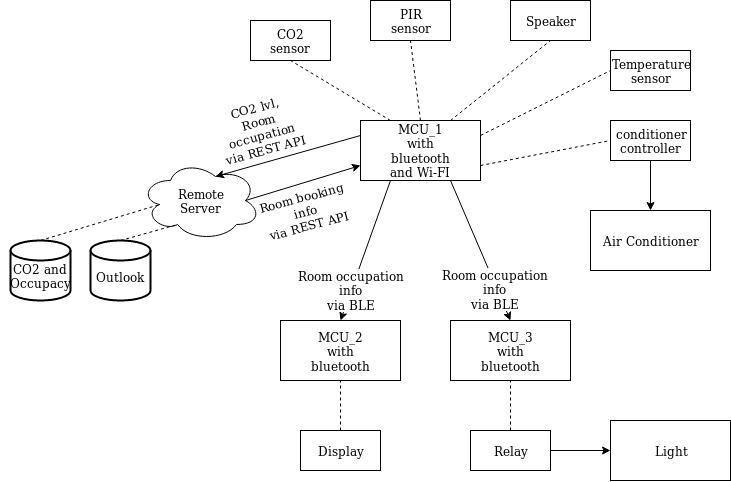
The draw.io diagram docs/diagrams/architecture.png in Midren/smart_meeting_room, before a commit. Source tidied: cells renumbered, new cells last; positions are measured from the earlier drawing's top-left corner, leaving out a move shared by most shapes. Its diagram source:
```xml
<mxGraphModel>
  <root>
    <mxCell id="0" />
    <mxCell id="1" parent="0" />
    <mxCell id="2" value="&lt;div&gt;MCU_1&lt;/div&gt;&lt;div&gt;with&lt;/div&gt;&lt;div&gt;bluetooth &lt;br&gt;&lt;/div&gt;&lt;div&gt;and Wi-FI&lt;br&gt;&lt;/div&gt;" style="rounded=0;whiteSpace=wrap;html=1;" parent="1" vertex="1">
      <mxGeometry x="360" y="120" width="120" height="60" as="geometry" />
    </mxCell>
    <mxCell id="3" value="&lt;div&gt;Temperature&lt;/div&gt;&lt;div&gt;sensor&lt;br&gt;&lt;/div&gt;" style="rounded=0;whiteSpace=wrap;html=1;" parent="1" vertex="1">
      <mxGeometry x="610" y="50" width="80" height="40" as="geometry" />
    </mxCell>
    <mxCell id="4" value="&lt;div&gt;CO2 &lt;br&gt;&lt;/div&gt;&lt;div&gt;sensor&lt;br&gt;&lt;/div&gt;" style="rounded=0;whiteSpace=wrap;html=1;" parent="1" vertex="1">
      <mxGeometry x="250" y="20" width="80" height="40" as="geometry" />
    </mxCell>
    <mxCell id="5" value="&lt;div&gt;PIR&lt;/div&gt;&lt;div&gt;sensor&lt;/div&gt;" style="rounded=0;whiteSpace=wrap;html=1;" parent="1" vertex="1">
      <mxGeometry x="370" width="80" height="40" as="geometry" />
    </mxCell>
    <mxCell id="6" value="Speaker" style="rounded=0;whiteSpace=wrap;html=1;" parent="1" vertex="1">
      <mxGeometry x="510" width="80" height="40" as="geometry" />
    </mxCell>
    <mxCell id="7" value="&lt;div&gt;MCU_3&lt;/div&gt;&lt;div&gt;with&lt;/div&gt;&lt;div&gt;bluetooth&lt;br&gt;&lt;/div&gt;" style="rounded=0;whiteSpace=wrap;html=1;" parent="1" vertex="1">
      <mxGeometry x="450" y="320" width="120" height="60" as="geometry" />
    </mxCell>
    <mxCell id="8" value="&lt;div&gt;Remote&lt;/div&gt;&lt;div&gt;Server&lt;br&gt;&lt;/div&gt;" style="ellipse;shape=cloud;whiteSpace=wrap;html=1;" parent="1" vertex="1">
      <mxGeometry x="140" y="160" width="120" height="80" as="geometry" />
    </mxCell>
    <mxCell id="9" style="strokeWidth=2;html=1;shape=mxgraph.flowchart.database;whiteSpace=wrap;" parent="1" vertex="1">
      <mxGeometry x="10" y="240" width="60" height="60" as="geometry" />
    </mxCell>
    <mxCell id="10" value="Relay" style="rounded=0;whiteSpace=wrap;html=1;" parent="1" vertex="1">
      <mxGeometry x="470" y="430" width="80" height="40" as="geometry" />
    </mxCell>
    <mxCell id="11" value="Air Conditioner" style="rounded=0;whiteSpace=wrap;html=1;" parent="1" vertex="1">
      <mxGeometry x="590" y="210" width="120" height="60" as="geometry" />
    </mxCell>
    <mxCell id="12" value="&lt;div&gt;conditioner&lt;/div&gt;&lt;div&gt;controller&lt;br&gt;&lt;/div&gt;" style="rounded=0;whiteSpace=wrap;html=1;" parent="1" vertex="1">
      <mxGeometry x="610" y="120" width="80" height="40" as="geometry" />
    </mxCell>
    <mxCell id="13" value="&lt;div&gt;&lt;br&gt;&lt;/div&gt;&lt;div&gt;Outlook&lt;br&gt;&lt;/div&gt;" style="strokeWidth=2;html=1;shape=mxgraph.flowchart.database;whiteSpace=wrap;" parent="1" vertex="1">
      <mxGeometry x="90" y="240" width="60" height="60" as="geometry" />
    </mxCell>
    <mxCell id="14" value="CO2 and Occupacy" style="text;html=1;strokeColor=none;fillColor=none;align=center;verticalAlign=middle;whiteSpace=wrap;rounded=0;" parent="1" vertex="1">
      <mxGeometry y="260" width="80" height="30" as="geometry" />
    </mxCell>
    <mxCell id="15" style="endArrow=none;dashed=1;html=1;entryX=0.5;entryY=1;entryDx=0;entryDy=0;exitX=0.25;exitY=0;exitDx=0;exitDy=0;" parent="1" edge="1" source="2" target="4">
      <mxGeometry relative="1" as="geometry" />
    </mxCell>
    <mxCell id="16" style="endArrow=none;dashed=1;html=1;entryX=0.5;entryY=1;entryDx=0;entryDy=0;exitX=0.5;exitY=0;exitDx=0;exitDy=0;" parent="1" edge="1" source="2" target="5">
      <mxGeometry relative="1" as="geometry" />
    </mxCell>
    <mxCell id="17" style="endArrow=none;dashed=1;html=1;entryX=0.5;entryY=1;entryDx=0;entryDy=0;exitX=0.75;exitY=0;exitDx=0;exitDy=0;" parent="1" edge="1" source="2" target="6">
      <mxGeometry relative="1" as="geometry" />
    </mxCell>
    <mxCell id="18" style="endArrow=none;dashed=1;html=1;exitX=0.5;exitY=0;exitDx=0;exitDy=0;exitPerimeter=0;entryX=0.31;entryY=0.8;entryDx=0;entryDy=0;entryPerimeter=0;" parent="1" edge="1" source="13" target="8">
      <mxGeometry relative="1" as="geometry" />
    </mxCell>
    <mxCell id="19" style="endArrow=none;dashed=1;html=1;entryX=0.16;entryY=0.55;entryDx=0;entryDy=0;entryPerimeter=0;exitX=0.5;exitY=0;exitDx=0;exitDy=0;exitPerimeter=0;" parent="1" edge="1" source="9" target="8">
      <mxGeometry relative="1" as="geometry" />
    </mxCell>
    <mxCell id="20" style="endArrow=none;dashed=1;html=1;entryX=0;entryY=0.5;entryDx=0;entryDy=0;exitX=1;exitY=0.75;exitDx=0;exitDy=0;" parent="1" edge="1" source="2" target="12">
      <mxGeometry relative="1" as="geometry" />
    </mxCell>
    <mxCell id="21" style="endArrow=none;dashed=1;html=1;entryX=0;entryY=0.5;entryDx=0;entryDy=0;exitX=1;exitY=0.25;exitDx=0;exitDy=0;" parent="1" edge="1" source="2" target="3">
      <mxGeometry relative="1" as="geometry" />
    </mxCell>
    <mxCell id="22" style="endArrow=none;dashed=1;html=1;entryX=0.5;entryY=1;entryDx=0;entryDy=0;exitX=0.5;exitY=0;exitDx=0;exitDy=0;" parent="1" edge="1" source="10" target="7">
      <mxGeometry relative="1" as="geometry" />
    </mxCell>
    <mxCell id="23" value="MCU_2&lt;br&gt;&lt;div&gt;with&lt;/div&gt;&lt;div&gt;bluetooth&lt;br&gt;&lt;/div&gt;" style="rounded=0;whiteSpace=wrap;html=1;" parent="1" vertex="1">
      <mxGeometry x="280" y="320" width="120" height="60" as="geometry" />
    </mxCell>
    <mxCell id="24" value="Display" style="rounded=0;whiteSpace=wrap;html=1;" parent="1" vertex="1">
      <mxGeometry x="300" y="430" width="80" height="40" as="geometry" />
    </mxCell>
    <mxCell id="25" style="endArrow=none;dashed=1;html=1;entryX=0.5;entryY=1;entryDx=0;entryDy=0;exitX=0.5;exitY=0;exitDx=0;exitDy=0;" parent="1" edge="1" source="24" target="23">
      <mxGeometry relative="1" as="geometry" />
    </mxCell>
    <mxCell id="26" value="Light" style="rounded=0;whiteSpace=wrap;html=1;" parent="1" vertex="1">
      <mxGeometry x="610" y="420" width="120" height="60" as="geometry" />
    </mxCell>
    <mxCell id="27" style="endArrow=classic;html=1;entryX=0;entryY=0.5;entryDx=0;entryDy=0;exitX=1;exitY=0.5;exitDx=0;exitDy=0;" parent="1" edge="1" source="10" target="26">
      <mxGeometry relative="1" as="geometry" />
    </mxCell>
    <mxCell id="28" style="endArrow=classic;html=1;exitX=0.5;exitY=1;exitDx=0;exitDy=0;" parent="1" edge="1" source="12" target="11">
      <mxGeometry relative="1" as="geometry" />
    </mxCell>
    <mxCell id="29" style="endArrow=classic;html=1;exitX=0;exitY=0.25;exitDx=0;exitDy=0;entryX=0.625;entryY=0.2;entryDx=0;entryDy=0;entryPerimeter=0;" parent="1" edge="1" source="2" target="8">
      <mxGeometry relative="1" as="geometry" />
    </mxCell>
    <mxCell id="30" value="CO2 lvl,&lt;div&gt;Room occupation&lt;br&gt;&lt;/div&gt;&lt;div&gt;via REST API&lt;br&gt;&lt;/div&gt;" style="text;html=1;strokeColor=none;fillColor=none;align=center;verticalAlign=middle;whiteSpace=wrap;rounded=0;rotation=-15;" parent="1" vertex="1">
      <mxGeometry x="210" y="115" width="100" height="25" as="geometry" />
    </mxCell>
    <mxCell id="31" style="endArrow=classic;html=1;entryX=0;entryY=0.75;entryDx=0;entryDy=0;exitX=0.875;exitY=0.5;exitDx=0;exitDy=0;exitPerimeter=0;" parent="1" edge="1" source="8" target="2">
      <mxGeometry relative="1" as="geometry" />
    </mxCell>
    <mxCell id="32" value="Room booking info&lt;br&gt;via REST API" style="text;html=1;strokeColor=none;fillColor=none;align=center;verticalAlign=middle;whiteSpace=wrap;rounded=0;rotation=-15;" parent="1" vertex="1">
      <mxGeometry x="260" y="200" width="90" height="20" as="geometry" />
    </mxCell>
    <mxCell id="33" style="endArrow=classic;html=1;exitX=0.25;exitY=1;exitDx=0;exitDy=0;entryX=0.5;entryY=0;entryDx=0;entryDy=0;" parent="1" edge="1" source="2" target="23">
      <mxGeometry relative="1" as="geometry" />
    </mxCell>
    <mxCell id="34" value="&lt;div&gt;Room occupation&lt;/div&gt;&lt;div&gt;info&lt;br&gt;&lt;/div&gt;via BLE" style="text;html=1;align=center;verticalAlign=middle;labelBackgroundColor=#ffffff;" parent="33" vertex="1">
      <mxGeometry x="0.56" relative="1" as="geometry" />
    </mxCell>
    <mxCell id="35" style="endArrow=classic;html=1;exitX=0.75;exitY=1;exitDx=0;exitDy=0;entryX=0.5;entryY=0;entryDx=0;entryDy=0;" parent="1" edge="1" source="2" target="7">
      <mxGeometry relative="1" as="geometry" />
    </mxCell>
    <mxCell id="36" value="&lt;div&gt;Room occupation&lt;/div&gt;&lt;div&gt;info&lt;br&gt;&lt;/div&gt;via BLE" style="text;html=1;align=center;verticalAlign=middle;labelBackgroundColor=#ffffff;" parent="35" vertex="1">
      <mxGeometry x="0.53" y="-1" relative="1" as="geometry" />
    </mxCell>
  </root>
</mxGraphModel>
```
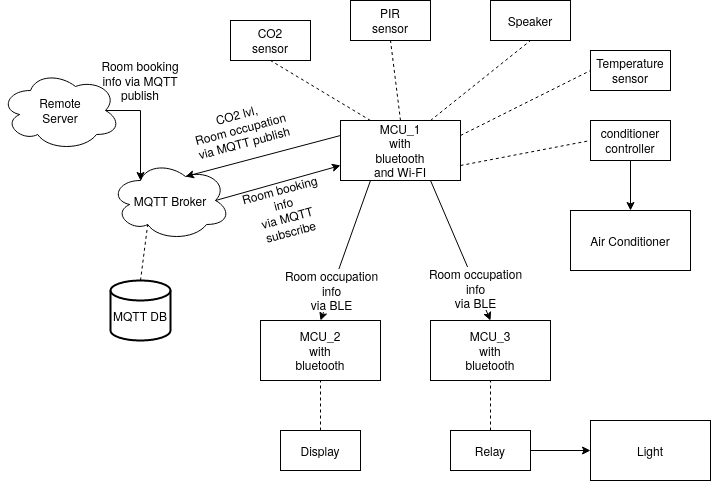
After the commit.

Commit message:
Updated diagrams to use MQTT

Diff of the diagram source:
```diff
@@ -20,11 +20,11 @@
     <mxCell id="7" value="&lt;div&gt;MCU_3&lt;/div&gt;&lt;div&gt;with&lt;/div&gt;&lt;div&gt;bluetooth&lt;br&gt;&lt;/div&gt;" style="rounded=0;whiteSpace=wrap;html=1;" parent="1" vertex="1">
       <mxGeometry x="450" y="320" width="120" height="60" as="geometry" />
     </mxCell>
-    <mxCell id="8" value="&lt;div&gt;Remote&lt;/div&gt;&lt;div&gt;Server&lt;br&gt;&lt;/div&gt;" style="ellipse;shape=cloud;whiteSpace=wrap;html=1;" parent="1" vertex="1">
-      <mxGeometry x="140" y="160" width="120" height="80" as="geometry" />
+    <mxCell id="8" value="MQTT Broker" style="ellipse;shape=cloud;whiteSpace=wrap;html=1;" parent="1" vertex="1">
+      <mxGeometry x="130" y="160" width="120" height="80" as="geometry" />
     </mxCell>
     <mxCell id="9" style="strokeWidth=2;html=1;shape=mxgraph.flowchart.database;whiteSpace=wrap;" parent="1" vertex="1">
-      <mxGeometry x="10" y="240" width="60" height="60" as="geometry" />
+      <mxGeometry x="130" y="280" width="60" height="60" as="geometry" />
     </mxCell>
     <mxCell id="10" value="Relay" style="rounded=0;whiteSpace=wrap;html=1;" parent="1" vertex="1">
       <mxGeometry x="470" y="430" width="80" height="40" as="geometry" />
@@ -35,11 +35,8 @@
     <mxCell id="12" value="&lt;div&gt;conditioner&lt;/div&gt;&lt;div&gt;controller&lt;br&gt;&lt;/div&gt;" style="rounded=0;whiteSpace=wrap;html=1;" parent="1" vertex="1">
       <mxGeometry x="610" y="120" width="80" height="40" as="geometry" />
     </mxCell>
-    <mxCell id="13" value="&lt;div&gt;&lt;br&gt;&lt;/div&gt;&lt;div&gt;Outlook&lt;br&gt;&lt;/div&gt;" style="strokeWidth=2;html=1;shape=mxgraph.flowchart.database;whiteSpace=wrap;" parent="1" vertex="1">
-      <mxGeometry x="90" y="240" width="60" height="60" as="geometry" />
-    </mxCell>
-    <mxCell id="14" value="CO2 and Occupacy" style="text;html=1;strokeColor=none;fillColor=none;align=center;verticalAlign=middle;whiteSpace=wrap;rounded=0;" parent="1" vertex="1">
-      <mxGeometry y="260" width="80" height="30" as="geometry" />
+    <mxCell id="14" value="MQTT DB" style="text;html=1;strokeColor=none;fillColor=none;align=center;verticalAlign=middle;whiteSpace=wrap;rounded=0;" parent="1" vertex="1">
+      <mxGeometry x="120" y="300" width="80" height="30" as="geometry" />
     </mxCell>
     <mxCell id="15" style="endArrow=none;dashed=1;html=1;entryX=0.5;entryY=1;entryDx=0;entryDy=0;exitX=0.25;exitY=0;exitDx=0;exitDy=0;" parent="1" edge="1" source="2" target="4">
       <mxGeometry relative="1" as="geometry" />
@@ -50,10 +47,7 @@
     <mxCell id="17" style="endArrow=none;dashed=1;html=1;entryX=0.5;entryY=1;entryDx=0;entryDy=0;exitX=0.75;exitY=0;exitDx=0;exitDy=0;" parent="1" edge="1" source="2" target="6">
       <mxGeometry relative="1" as="geometry" />
     </mxCell>
-    <mxCell id="18" style="endArrow=none;dashed=1;html=1;exitX=0.5;exitY=0;exitDx=0;exitDy=0;exitPerimeter=0;entryX=0.31;entryY=0.8;entryDx=0;entryDy=0;entryPerimeter=0;" parent="1" edge="1" source="13" target="8">
-      <mxGeometry relative="1" as="geometry" />
-    </mxCell>
-    <mxCell id="19" style="endArrow=none;dashed=1;html=1;entryX=0.16;entryY=0.55;entryDx=0;entryDy=0;entryPerimeter=0;exitX=0.5;exitY=0;exitDx=0;exitDy=0;exitPerimeter=0;" parent="1" edge="1" source="9" target="8">
+    <mxCell id="19" style="endArrow=none;dashed=1;html=1;entryX=0.31;entryY=0.8;entryDx=0;entryDy=0;entryPerimeter=0;exitX=0.5;exitY=0;exitDx=0;exitDy=0;exitPerimeter=0;" parent="1" edge="1" source="9" target="8">
       <mxGeometry relative="1" as="geometry" />
     </mxCell>
     <mxCell id="20" style="endArrow=none;dashed=1;html=1;entryX=0;entryY=0.5;entryDx=0;entryDy=0;exitX=1;exitY=0.75;exitDx=0;exitDy=0;" parent="1" edge="1" source="2" target="12">
@@ -86,13 +80,13 @@
     <mxCell id="29" style="endArrow=classic;html=1;exitX=0;exitY=0.25;exitDx=0;exitDy=0;entryX=0.625;entryY=0.2;entryDx=0;entryDy=0;entryPerimeter=0;" parent="1" edge="1" source="2" target="8">
       <mxGeometry relative="1" as="geometry" />
     </mxCell>
-    <mxCell id="30" value="CO2 lvl,&lt;div&gt;Room occupation&lt;br&gt;&lt;/div&gt;&lt;div&gt;via REST API&lt;br&gt;&lt;/div&gt;" style="text;html=1;strokeColor=none;fillColor=none;align=center;verticalAlign=middle;whiteSpace=wrap;rounded=0;rotation=-15;" parent="1" vertex="1">
+    <mxCell id="30" value="CO2 lvl,&lt;div&gt;Room occupation&lt;br&gt;&lt;/div&gt;&lt;div&gt;via MQTT publish&lt;/div&gt;" style="text;html=1;strokeColor=none;fillColor=none;align=center;verticalAlign=middle;whiteSpace=wrap;rounded=0;rotation=-15;" parent="1" vertex="1">
       <mxGeometry x="210" y="115" width="100" height="25" as="geometry" />
     </mxCell>
     <mxCell id="31" style="endArrow=classic;html=1;entryX=0;entryY=0.75;entryDx=0;entryDy=0;exitX=0.875;exitY=0.5;exitDx=0;exitDy=0;exitPerimeter=0;" parent="1" edge="1" source="8" target="2">
       <mxGeometry relative="1" as="geometry" />
     </mxCell>
-    <mxCell id="32" value="Room booking info&lt;br&gt;via REST API" style="text;html=1;strokeColor=none;fillColor=none;align=center;verticalAlign=middle;whiteSpace=wrap;rounded=0;rotation=-15;" parent="1" vertex="1">
+    <mxCell id="32" value="Room booking info&lt;br&gt;&lt;div&gt;via MQTT subscribe&lt;/div&gt;" style="text;html=1;strokeColor=none;fillColor=none;align=center;verticalAlign=middle;whiteSpace=wrap;rounded=0;rotation=-15;" parent="1" vertex="1">
       <mxGeometry x="260" y="200" width="90" height="20" as="geometry" />
     </mxCell>
     <mxCell id="33" style="endArrow=classic;html=1;exitX=0.25;exitY=1;exitDx=0;exitDy=0;entryX=0.5;entryY=0;entryDx=0;entryDy=0;" parent="1" edge="1" source="2" target="23">
@@ -107,5 +101,18 @@
     <mxCell id="36" value="&lt;div&gt;Room occupation&lt;/div&gt;&lt;div&gt;info&lt;br&gt;&lt;/div&gt;via BLE" style="text;html=1;align=center;verticalAlign=middle;labelBackgroundColor=#ffffff;" parent="35" vertex="1">
       <mxGeometry x="0.53" y="-1" relative="1" as="geometry" />
     </mxCell>
+    <mxCell id="37" style="edgeStyle=orthogonalEdgeStyle;rounded=0;jettySize=auto;html=1;exitX=0.875;exitY=0.5;exitDx=0;exitDy=0;exitPerimeter=0;entryX=0.25;entryY=0.25;entryDx=0;entryDy=0;entryPerimeter=0;" parent="1" edge="1" source="38" target="8">
+      <mxGeometry relative="1" as="geometry">
+        <Array as="points">
+          <mxPoint x="160" y="110" />
+        </Array>
+      </mxGeometry>
+    </mxCell>
+    <mxCell id="38" value="&lt;div&gt;Remote&lt;/div&gt;&lt;div&gt;Server&lt;br&gt;&lt;/div&gt;" style="ellipse;shape=cloud;whiteSpace=wrap;html=1;" parent="1" vertex="1">
+      <mxGeometry x="20" y="70" width="120" height="80" as="geometry" />
+    </mxCell>
+    <mxCell id="39" value="Room booking info via MQTT publish" style="text;html=1;strokeColor=none;fillColor=none;align=center;verticalAlign=middle;whiteSpace=wrap;rounded=0;" parent="1" vertex="1">
+      <mxGeometry x="120" y="70" width="80" height="20" as="geometry" />
+    </mxCell>
   </root>
 </mxGraphModel>
```
